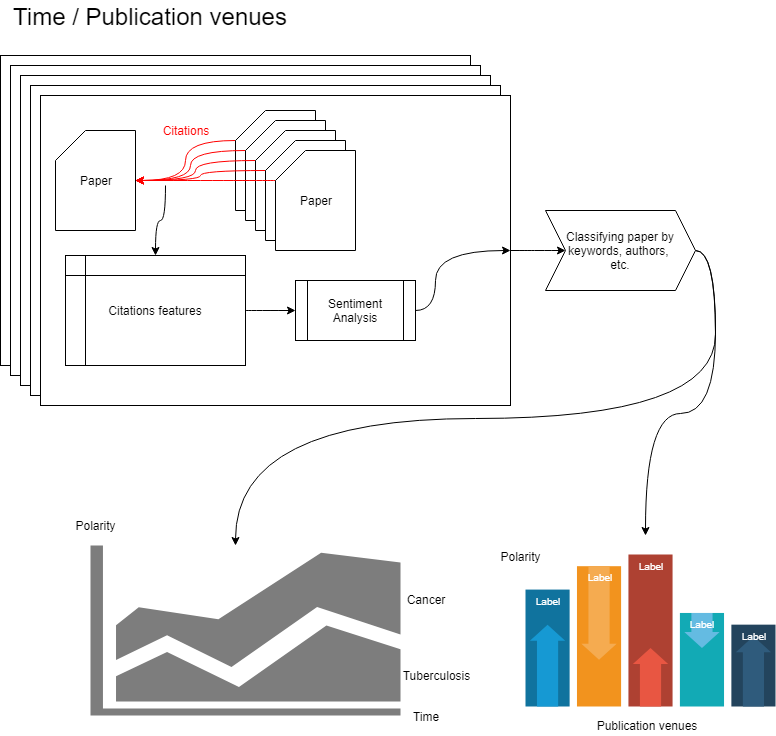
0AlphaZero0/Text-Classification-Data-Citation-EuropePMC keeps this draw.io diagram as Logbook & Notes/WorkflowIdeaSentimentAnalysis.png. Above is the earlier version. Source tidied: cells renumbered, new cells last; positions are measured from the earlier drawing's top-left corner, leaving out a move shared by most shapes. Its diagram source:
```xml
<mxGraphModel>
  <root>
    <mxCell id="0" />
    <mxCell id="1" parent="0" />
    <mxCell id="2" style="rounded=0;whiteSpace=wrap;html=1;" parent="1" vertex="1">
      <mxGeometry y="55" width="470" height="310" as="geometry" />
    </mxCell>
    <mxCell id="3" style="rounded=0;whiteSpace=wrap;html=1;" parent="1" vertex="1">
      <mxGeometry x="10" y="65" width="470" height="310" as="geometry" />
    </mxCell>
    <mxCell id="4" style="rounded=0;whiteSpace=wrap;html=1;" parent="1" vertex="1">
      <mxGeometry x="20" y="75" width="470" height="310" as="geometry" />
    </mxCell>
    <mxCell id="5" style="rounded=0;whiteSpace=wrap;html=1;" parent="1" vertex="1">
      <mxGeometry x="30" y="85" width="470" height="310" as="geometry" />
    </mxCell>
    <mxCell id="6" style="edgeStyle=orthogonalEdgeStyle;curved=1;jettySize=auto;html=1;exitX=1;exitY=0.5;exitDx=0;exitDy=0;entryX=0;entryY=0.5;entryDx=0;entryDy=0;strokeColor=#000000;" parent="1" edge="1" source="7" target="27">
      <mxGeometry relative="1" as="geometry" />
    </mxCell>
    <mxCell id="7" style="rounded=0;whiteSpace=wrap;html=1;" parent="1" vertex="1">
      <mxGeometry x="40" y="95" width="470" height="310" as="geometry" />
    </mxCell>
    <mxCell id="8" value="Paper" style="shape=card;whiteSpace=wrap;html=1;" parent="1" vertex="1">
      <mxGeometry x="55" y="130" width="80" height="100" as="geometry" />
    </mxCell>
    <mxCell id="9" style="edgeStyle=orthogonalEdgeStyle;rounded=0;jettySize=auto;html=1;exitX=0;exitY=0;exitDx=0;exitDy=30;exitPerimeter=0;entryX=1;entryY=0.5;entryDx=0;entryDy=0;entryPerimeter=0;curved=1;strokeColor=#FF0000;" parent="1" edge="1" source="10" target="8">
      <mxGeometry relative="1" as="geometry" />
    </mxCell>
    <mxCell id="10" value="Paper" style="shape=card;whiteSpace=wrap;html=1;" parent="1" vertex="1">
      <mxGeometry x="235" y="110" width="80" height="100" as="geometry" />
    </mxCell>
    <mxCell id="11" style="edgeStyle=orthogonalEdgeStyle;rounded=0;jettySize=auto;html=1;exitX=0;exitY=0;exitDx=0;exitDy=30;exitPerimeter=0;entryX=1;entryY=0.5;entryDx=0;entryDy=0;entryPerimeter=0;strokeColor=#FF0000;curved=1;" parent="1" edge="1" source="12" target="8">
      <mxGeometry relative="1" as="geometry" />
    </mxCell>
    <mxCell id="12" value="Paper" style="shape=card;whiteSpace=wrap;html=1;" parent="1" vertex="1">
      <mxGeometry x="245" y="120" width="80" height="100" as="geometry" />
    </mxCell>
    <mxCell id="13" style="edgeStyle=orthogonalEdgeStyle;rounded=0;jettySize=auto;html=1;exitX=0;exitY=0;exitDx=0;exitDy=30;exitPerimeter=0;entryX=1;entryY=0.5;entryDx=0;entryDy=0;entryPerimeter=0;strokeColor=#FF0000;curved=1;" parent="1" edge="1" source="14" target="8">
      <mxGeometry relative="1" as="geometry" />
    </mxCell>
    <mxCell id="14" value="Paper" style="shape=card;whiteSpace=wrap;html=1;" parent="1" vertex="1">
      <mxGeometry x="255" y="130" width="80" height="100" as="geometry" />
    </mxCell>
    <mxCell id="15" style="edgeStyle=orthogonalEdgeStyle;jettySize=auto;html=1;exitX=0;exitY=0;exitDx=0;exitDy=30;exitPerimeter=0;entryX=1;entryY=0.5;entryDx=0;entryDy=0;entryPerimeter=0;strokeColor=#FF0000;curved=1;" parent="1" edge="1" source="16" target="8">
      <mxGeometry relative="1" as="geometry" />
    </mxCell>
    <mxCell id="16" value="Paper" style="shape=card;whiteSpace=wrap;html=1;" parent="1" vertex="1">
      <mxGeometry x="265" y="140" width="80" height="100" as="geometry" />
    </mxCell>
    <mxCell id="17" style="edgeStyle=orthogonalEdgeStyle;rounded=0;jettySize=auto;html=1;exitX=0;exitY=0;exitDx=0;exitDy=30;exitPerimeter=0;entryX=1;entryY=0.5;entryDx=0;entryDy=0;entryPerimeter=0;strokeColor=#FF0000;curved=1;" parent="1" edge="1" source="18" target="8">
      <mxGeometry relative="1" as="geometry" />
    </mxCell>
    <mxCell id="18" value="Paper" style="shape=card;whiteSpace=wrap;html=1;" parent="1" vertex="1">
      <mxGeometry x="275" y="150" width="80" height="100" as="geometry" />
    </mxCell>
    <mxCell id="19" style="edgeStyle=orthogonalEdgeStyle;curved=1;jettySize=auto;html=1;exitX=1;exitY=0.5;exitDx=0;exitDy=0;entryX=0;entryY=0.5;entryDx=0;entryDy=0;strokeColor=#000000;" parent="1" edge="1" source="21" target="23">
      <mxGeometry relative="1" as="geometry" />
    </mxCell>
    <mxCell id="20" style="edgeStyle=orthogonalEdgeStyle;curved=1;jettySize=auto;html=1;exitX=0.5;exitY=0;exitDx=0;exitDy=0;strokeColor=#000000;entryX=0.5;entryY=0;entryDx=0;entryDy=0;" parent="1" edge="1" target="21">
      <mxGeometry relative="1" as="geometry">
        <mxPoint x="165" y="185" as="sourcePoint" />
      </mxGeometry>
    </mxCell>
    <mxCell id="21" value="Citations features" style="shape=internalStorage;whiteSpace=wrap;html=1;backgroundOutline=1;" parent="1" vertex="1">
      <mxGeometry x="65" y="255" width="180" height="110" as="geometry" />
    </mxCell>
    <mxCell id="22" style="edgeStyle=orthogonalEdgeStyle;curved=1;jettySize=auto;html=1;exitX=1;exitY=0.5;exitDx=0;exitDy=0;entryX=1;entryY=0.5;entryDx=0;entryDy=0;strokeColor=#000000;" parent="1" edge="1" source="23" target="7">
      <mxGeometry relative="1" as="geometry" />
    </mxCell>
    <mxCell id="23" value="Sentiment Analysis" style="shape=process;whiteSpace=wrap;html=1;backgroundOutline=1;" parent="1" vertex="1">
      <mxGeometry x="295" y="280" width="120" height="60" as="geometry" />
    </mxCell>
    <mxCell id="24" value="&lt;font color=&quot;#ff0000&quot;&gt;Citations&lt;/font&gt;" style="text;html=1;strokeColor=none;fillColor=none;align=center;verticalAlign=middle;whiteSpace=wrap;rounded=0;" parent="1" vertex="1">
      <mxGeometry x="165" y="120" width="40" height="20" as="geometry" />
    </mxCell>
    <mxCell id="25" style="edgeStyle=orthogonalEdgeStyle;curved=1;jettySize=auto;html=1;exitX=1;exitY=0.5;exitDx=0;exitDy=0;strokeColor=#000000;" parent="1" edge="1" source="27">
      <mxGeometry relative="1" as="geometry">
        <mxPoint x="645" y="535" as="targetPoint" />
      </mxGeometry>
    </mxCell>
    <mxCell id="26" style="edgeStyle=orthogonalEdgeStyle;curved=1;jettySize=auto;html=1;exitX=1;exitY=0.5;exitDx=0;exitDy=0;strokeColor=#000000;" parent="1" edge="1" source="27">
      <mxGeometry relative="1" as="geometry">
        <mxPoint x="235" y="545" as="targetPoint" />
      </mxGeometry>
    </mxCell>
    <mxCell id="27" value="Classifying paper by keywords, authors, &lt;br&gt;etc." style="shape=step;perimeter=stepPerimeter;whiteSpace=wrap;html=1;fixedSize=1;" parent="1" vertex="1">
      <mxGeometry x="545" y="210" width="150" height="80" as="geometry" />
    </mxCell>
    <mxCell id="28" style="shadow=0;dashed=0;html=1;strokeColor=none;labelPosition=center;verticalLabelPosition=bottom;verticalAlign=top;align=center;shape=mxgraph.mscae.general.graph;fillColor=#7D7D7D;" parent="1" vertex="1">
      <mxGeometry x="90" y="545" width="310" height="170" as="geometry" />
    </mxCell>
    <mxCell id="29" style="group;" parent="1" vertex="1">
      <mxGeometry x="525" y="554" width="250" height="152" as="geometry" />
    </mxCell>
    <mxCell id="30" style="fillColor=#10739E;strokeColor=none;" parent="29" vertex="1">
      <mxGeometry y="35.1" width="44.1" height="116.9" as="geometry" />
    </mxCell>
    <mxCell id="31" style="shape=mxgraph.arrows2.arrow;dy=0.4;dx=16;notch=0;direction=north;fillColor=#1699D3;strokeColor=none;" parent="30" vertex="1">
      <mxGeometry x="4.4" y="35.1" width="35.3" height="81.8" as="geometry" />
    </mxCell>
    <mxCell id="32" value="Label" style="text;html=1;align=center;verticalAlign=middle;whiteSpace=wrap;fontColor=#FFFFFF;fontSize=10;" parent="30" vertex="1">
      <mxGeometry width="44.1" height="23.4" as="geometry" />
    </mxCell>
    <mxCell id="33" style="fillColor=#F2931E;strokeColor=none;" parent="29" vertex="1">
      <mxGeometry x="51.5" y="11.7" width="44.1" height="140.3" as="geometry" />
    </mxCell>
    <mxCell id="34" style="shape=mxgraph.arrows2.arrow;dy=0.4;dx=16;notch=0;direction=south;fillColor=#F5AB50;strokeColor=none;" parent="33" vertex="1">
      <mxGeometry x="4.4" width="35.3" height="93.5" as="geometry" />
    </mxCell>
    <mxCell id="35" value="Label" style="text;html=1;align=center;verticalAlign=middle;whiteSpace=wrap;fontColor=#FFFFFF;fontSize=10;" parent="33" vertex="1">
      <mxGeometry width="44.1" height="23.4" as="geometry" />
    </mxCell>
    <mxCell id="36" style="fillColor=#AE4132;strokeColor=none;" parent="29" vertex="1">
      <mxGeometry x="102.9" width="44.1" height="152" as="geometry" />
    </mxCell>
    <mxCell id="37" style="shape=mxgraph.arrows2.arrow;dy=0.4;dx=16;notch=0;direction=north;fillColor=#E85642;strokeColor=none;" parent="36" vertex="1">
      <mxGeometry x="4.4" y="93.5" width="35.3" height="58.5" as="geometry" />
    </mxCell>
    <mxCell id="38" value="Label" style="text;html=1;align=center;verticalAlign=middle;whiteSpace=wrap;fontColor=#FFFFFF;fontSize=10;" parent="36" vertex="1">
      <mxGeometry width="44.1" height="23.4" as="geometry" />
    </mxCell>
    <mxCell id="39" style="fillColor=#12AAB5;strokeColor=none;" parent="29" vertex="1">
      <mxGeometry x="154.4" y="58.5" width="44.1" height="93.5" as="geometry" />
    </mxCell>
    <mxCell id="40" style="shape=mxgraph.arrows2.arrow;dy=0.4;dx=16;notch=0;direction=south;fillColor=#64BBE2;strokeColor=none;" parent="39" vertex="1">
      <mxGeometry x="4.4" width="35.3" height="35.1" as="geometry" />
    </mxCell>
    <mxCell id="41" value="Label" style="text;html=1;align=center;verticalAlign=middle;whiteSpace=wrap;fontColor=#FFFFFF;fontSize=10;" parent="39" vertex="1">
      <mxGeometry width="44.1" height="23.4" as="geometry" />
    </mxCell>
    <mxCell id="42" style="fillColor=#23445D;strokeColor=none;" parent="29" vertex="1">
      <mxGeometry x="205.9" y="70.2" width="44.1" height="81.8" as="geometry" />
    </mxCell>
    <mxCell id="43" style="shape=mxgraph.arrows2.arrow;dy=0.4;dx=16;notch=0;direction=north;fillColor=#2F5B7C;strokeColor=none;" parent="42" vertex="1">
      <mxGeometry x="4.4" y="11.7" width="35.3" height="70.2" as="geometry" />
    </mxCell>
    <mxCell id="44" value="Label" style="text;html=1;align=center;verticalAlign=middle;whiteSpace=wrap;fontColor=#FFFFFF;fontSize=10;" parent="42" vertex="1">
      <mxGeometry width="44.1" height="23.4" as="geometry" />
    </mxCell>
    <mxCell id="45" value="Polarity" style="text;html=1;strokeColor=none;fillColor=none;align=center;verticalAlign=middle;whiteSpace=wrap;rounded=0;" parent="1" vertex="1">
      <mxGeometry x="75" y="515" width="40" height="20" as="geometry" />
    </mxCell>
    <mxCell id="46" value="Cancer" style="text;html=1;strokeColor=none;fillColor=none;align=center;verticalAlign=middle;whiteSpace=wrap;rounded=0;" parent="1" vertex="1">
      <mxGeometry x="405" y="589" width="40" height="20" as="geometry" />
    </mxCell>
    <mxCell id="47" value="Tuberculosis" style="text;html=1;strokeColor=none;fillColor=none;align=center;verticalAlign=middle;whiteSpace=wrap;rounded=0;" parent="1" vertex="1">
      <mxGeometry x="415" y="665" width="40" height="20" as="geometry" />
    </mxCell>
    <mxCell id="48" value="Polarity" style="text;html=1;strokeColor=none;fillColor=none;align=center;verticalAlign=middle;whiteSpace=wrap;rounded=0;" parent="1" vertex="1">
      <mxGeometry x="500" y="545.5" width="40" height="20" as="geometry" />
    </mxCell>
    <mxCell id="49" value="Publication venues" style="text;html=1;strokeColor=none;fillColor=none;align=center;verticalAlign=middle;whiteSpace=wrap;rounded=0;" parent="1" vertex="1">
      <mxGeometry x="561" y="715" width="170" height="20" as="geometry" />
    </mxCell>
    <mxCell id="50" value="&lt;font style=&quot;font-size: 24px&quot;&gt;Time / Publication venues&lt;/font&gt;" style="text;html=1;strokeColor=none;fillColor=none;align=center;verticalAlign=middle;whiteSpace=wrap;rounded=0;" parent="1" vertex="1">
      <mxGeometry width="300" height="31" as="geometry" />
    </mxCell>
    <mxCell id="51" value="Time" style="text;html=1;strokeColor=none;fillColor=none;align=center;verticalAlign=middle;whiteSpace=wrap;rounded=0;" parent="1" vertex="1">
      <mxGeometry x="405" y="706" width="40" height="20" as="geometry" />
    </mxCell>
  </root>
</mxGraphModel>
```
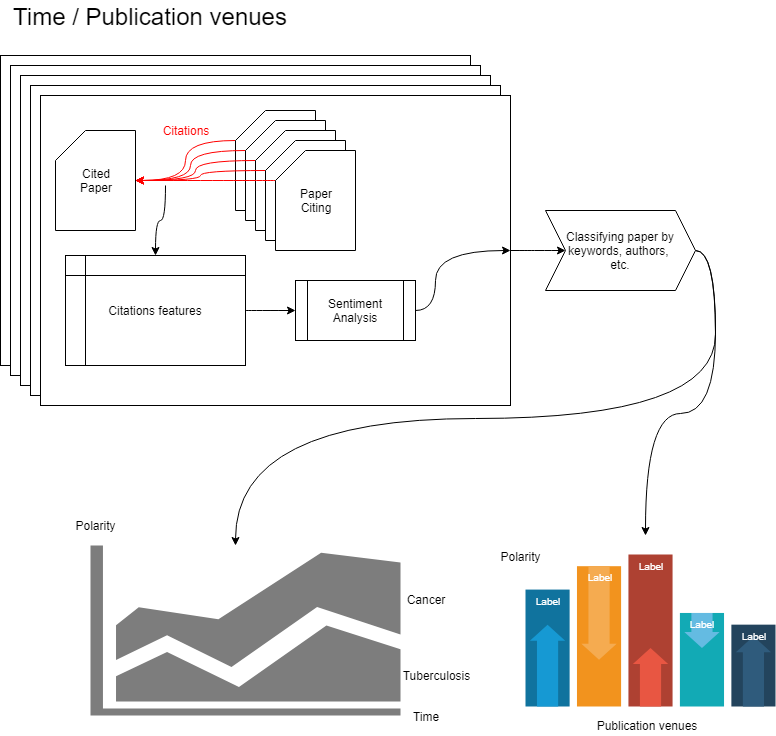
Above is the later version.

Change to the diagram source:
```diff
@@ -20,7 +20,7 @@
     <mxCell id="7" style="rounded=0;whiteSpace=wrap;html=1;" parent="1" vertex="1">
       <mxGeometry x="40" y="95" width="470" height="310" as="geometry" />
     </mxCell>
-    <mxCell id="8" value="Paper" style="shape=card;whiteSpace=wrap;html=1;" parent="1" vertex="1">
+    <mxCell id="8" value="Cited&lt;br&gt;Paper" style="shape=card;whiteSpace=wrap;html=1;" parent="1" vertex="1">
       <mxGeometry x="55" y="130" width="80" height="100" as="geometry" />
     </mxCell>
     <mxCell id="9" style="edgeStyle=orthogonalEdgeStyle;rounded=0;jettySize=auto;html=1;exitX=0;exitY=0;exitDx=0;exitDy=30;exitPerimeter=0;entryX=1;entryY=0.5;entryDx=0;entryDy=0;entryPerimeter=0;curved=1;strokeColor=#FF0000;" parent="1" edge="1" source="10" target="8">
@@ -50,7 +50,7 @@
     <mxCell id="17" style="edgeStyle=orthogonalEdgeStyle;rounded=0;jettySize=auto;html=1;exitX=0;exitY=0;exitDx=0;exitDy=30;exitPerimeter=0;entryX=1;entryY=0.5;entryDx=0;entryDy=0;entryPerimeter=0;strokeColor=#FF0000;curved=1;" parent="1" edge="1" source="18" target="8">
       <mxGeometry relative="1" as="geometry" />
     </mxCell>
-    <mxCell id="18" value="Paper" style="shape=card;whiteSpace=wrap;html=1;" parent="1" vertex="1">
+    <mxCell id="18" value="Paper&lt;br&gt;Citing&lt;br&gt;" style="shape=card;whiteSpace=wrap;html=1;" parent="1" vertex="1">
       <mxGeometry x="275" y="150" width="80" height="100" as="geometry" />
     </mxCell>
     <mxCell id="19" style="edgeStyle=orthogonalEdgeStyle;curved=1;jettySize=auto;html=1;exitX=1;exitY=0.5;exitDx=0;exitDy=0;entryX=0;entryY=0.5;entryDx=0;entryDy=0;strokeColor=#000000;" parent="1" edge="1" source="21" target="23">
```
